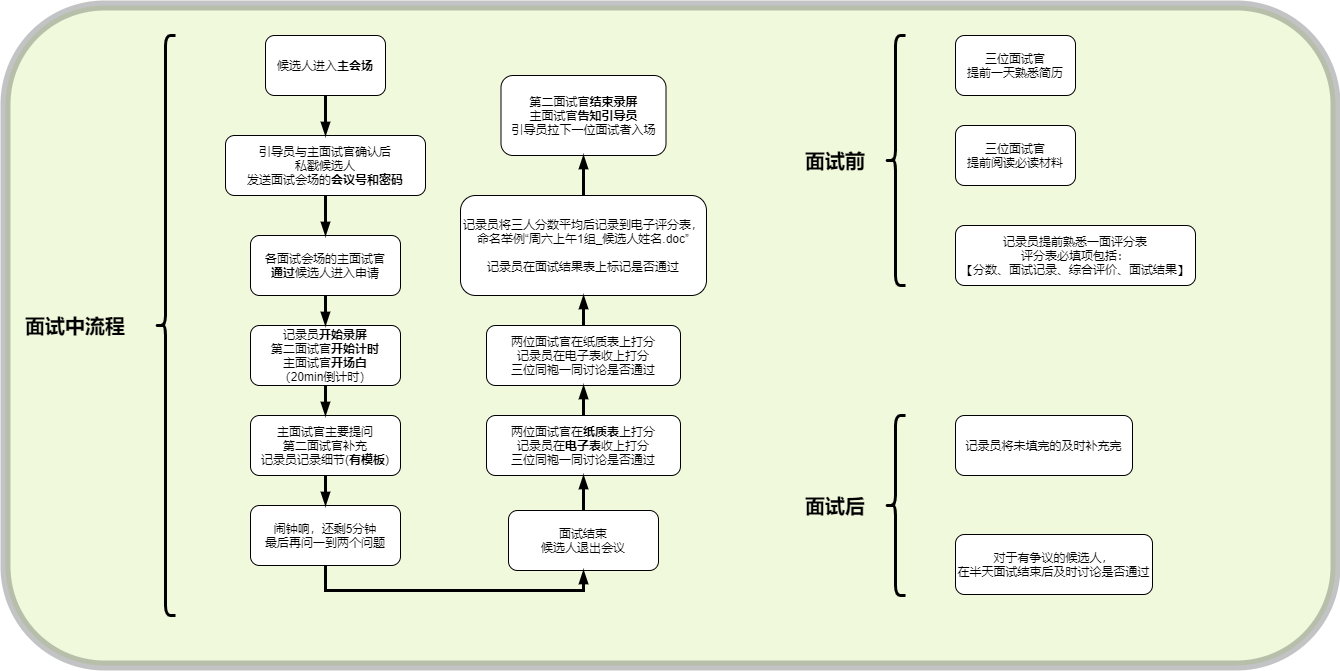
AAAAAAAyq/Personal-Studying keeps this draw.io diagram as 2021芝兰一面面试官须知.drawio.png. Above is the earlier version. Source tidied: cells renumbered, new cells last; positions are measured from the earlier drawing's top-left corner, leaving out a move shared by most shapes. The source it was exported from:
```xml
<mxGraphModel>
  <root>
    <mxCell id="0" />
    <mxCell id="1" parent="0" />
    <mxCell id="2" style="group;" parent="1" vertex="1">
      <mxGeometry width="1330" height="660" as="geometry" />
    </mxCell>
    <mxCell id="3" style="rounded=1;whiteSpace=wrap;html=1;fontSize=20;strokeWidth=10;align=left;fillColor=#cdeb8b;strokeColor=#36393d;opacity=30;" parent="2" vertex="1">
      <mxGeometry width="1330" height="660" as="geometry" />
    </mxCell>
    <mxCell id="4" value="候选人进入&lt;b&gt;主会场&lt;/b&gt;" style="rounded=1;whiteSpace=wrap;html=1;spacing=2;" parent="2" vertex="1">
      <mxGeometry x="260" y="30" width="120" height="60" as="geometry" />
    </mxCell>
    <mxCell id="5" value="引导员与主面试官确认后&lt;br&gt;私戳候选人&lt;br&gt;发送面试会场的&lt;b&gt;会议号和密码&lt;/b&gt;" style="rounded=1;whiteSpace=wrap;html=1;" parent="2" vertex="1">
      <mxGeometry x="220" y="130" width="200" height="60" as="geometry" />
    </mxCell>
    <mxCell id="6" style="edgeStyle=orthogonalEdgeStyle;rounded=0;jettySize=auto;html=1;exitX=0.5;exitY=1;exitDx=0;exitDy=0;entryX=0.5;entryY=0;entryDx=0;entryDy=0;fontSize=20;endArrow=blockThin;endFill=1;strokeWidth=3;" parent="2" edge="1" source="4" target="5">
      <mxGeometry relative="1" as="geometry" />
    </mxCell>
    <mxCell id="7" value="各面试会场的主面试官&lt;br&gt;&lt;b&gt;通过&lt;/b&gt;候选人进入申请" style="rounded=1;whiteSpace=wrap;html=1;" parent="2" vertex="1">
      <mxGeometry x="245" y="230" width="150" height="60" as="geometry" />
    </mxCell>
    <mxCell id="8" style="edgeStyle=orthogonalEdgeStyle;rounded=0;jettySize=auto;html=1;fontSize=20;endArrow=blockThin;endFill=1;strokeWidth=3;" parent="2" edge="1" source="5" target="7">
      <mxGeometry relative="1" as="geometry" />
    </mxCell>
    <mxCell id="9" value="记录员&lt;b&gt;开始录屏&lt;/b&gt;&lt;br&gt;第二面试官&lt;b&gt;开始计时&lt;br&gt;&lt;/b&gt;主面试官&lt;b&gt;开场白&lt;/b&gt;&lt;br&gt;（20min倒计时）" style="rounded=1;whiteSpace=wrap;html=1;" parent="2" vertex="1">
      <mxGeometry x="245" y="320" width="150" height="60" as="geometry" />
    </mxCell>
    <mxCell id="10" style="edgeStyle=orthogonalEdgeStyle;rounded=0;jettySize=auto;html=1;fontSize=20;endArrow=blockThin;endFill=1;strokeWidth=3;" parent="2" edge="1" source="7" target="9">
      <mxGeometry relative="1" as="geometry" />
    </mxCell>
    <mxCell id="11" value="主面试官主要提问&lt;br&gt;第二面试官补充&lt;br&gt;记录员记录细节(&lt;b&gt;有模板&lt;/b&gt;)" style="rounded=1;whiteSpace=wrap;html=1;" parent="2" vertex="1">
      <mxGeometry x="245" y="410" width="150" height="60" as="geometry" />
    </mxCell>
    <mxCell id="12" style="edgeStyle=orthogonalEdgeStyle;rounded=0;jettySize=auto;html=1;fontSize=20;endArrow=blockThin;endFill=1;strokeWidth=3;" parent="2" edge="1" source="9" target="11">
      <mxGeometry relative="1" as="geometry" />
    </mxCell>
    <mxCell id="13" value="闹钟响，还剩5分钟&lt;br&gt;最后再问一到两个问题" style="rounded=1;whiteSpace=wrap;html=1;" parent="2" vertex="1">
      <mxGeometry x="245" y="500" width="150" height="60" as="geometry" />
    </mxCell>
    <mxCell id="14" style="edgeStyle=orthogonalEdgeStyle;rounded=0;jettySize=auto;html=1;exitX=0.5;exitY=1;exitDx=0;exitDy=0;entryX=0.5;entryY=0;entryDx=0;entryDy=0;fontSize=20;endArrow=blockThin;endFill=1;strokeWidth=3;" parent="2" edge="1" source="11" target="13">
      <mxGeometry relative="1" as="geometry" />
    </mxCell>
    <mxCell id="15" value="面试结束&lt;br&gt;候选人退出会议" style="rounded=1;whiteSpace=wrap;html=1;" parent="2" vertex="1">
      <mxGeometry x="503" y="505" width="150" height="60" as="geometry" />
    </mxCell>
    <mxCell id="16" style="edgeStyle=orthogonalEdgeStyle;rounded=0;jettySize=auto;html=1;entryX=0.5;entryY=1;entryDx=0;entryDy=0;fontSize=20;endArrow=blockThin;endFill=1;strokeWidth=3;" parent="2" edge="1" source="13" target="15">
      <mxGeometry relative="1" as="geometry">
        <Array as="points">
          <mxPoint x="320" y="585" />
          <mxPoint x="578" y="585" />
        </Array>
      </mxGeometry>
    </mxCell>
    <mxCell id="17" value="两位面试官在&lt;b&gt;纸质表&lt;/b&gt;上打分&lt;br&gt;记录员在&lt;b&gt;电子表&lt;/b&gt;收上打分&lt;br&gt;三位同袍一同讨论是否通过" style="rounded=1;whiteSpace=wrap;html=1;" parent="2" vertex="1">
      <mxGeometry x="481" y="410" width="194" height="60" as="geometry" />
    </mxCell>
    <mxCell id="18" style="edgeStyle=orthogonalEdgeStyle;rounded=0;jettySize=auto;html=1;entryX=0.5;entryY=1;entryDx=0;entryDy=0;fontSize=20;endArrow=blockThin;endFill=1;strokeWidth=3;" parent="2" edge="1" source="15" target="17">
      <mxGeometry relative="1" as="geometry" />
    </mxCell>
    <mxCell id="19" value="两位面试官在纸质表上打分&lt;br&gt;记录员在电子表收上打分&lt;br&gt;三位同袍一同讨论是否通过" style="rounded=1;whiteSpace=wrap;html=1;" parent="2" vertex="1">
      <mxGeometry x="481" y="320" width="194" height="60" as="geometry" />
    </mxCell>
    <mxCell id="20" style="edgeStyle=orthogonalEdgeStyle;rounded=0;jettySize=auto;html=1;fontSize=20;endArrow=blockThin;endFill=1;strokeWidth=3;" parent="2" edge="1" source="17" target="19">
      <mxGeometry relative="1" as="geometry" />
    </mxCell>
    <mxCell id="21" value="记录员将三人分数平均后记录到电子评分表，命名举例“周六上午1组_候选人姓名.doc”&lt;br&gt;&lt;br&gt;记录员在面试结果表上标记是否通过" style="rounded=1;whiteSpace=wrap;html=1;" parent="2" vertex="1">
      <mxGeometry x="455" y="190" width="246" height="100" as="geometry" />
    </mxCell>
    <mxCell id="22" style="edgeStyle=orthogonalEdgeStyle;rounded=0;jettySize=auto;html=1;fontSize=20;endArrow=blockThin;endFill=1;strokeWidth=3;" parent="2" edge="1" source="19" target="21">
      <mxGeometry relative="1" as="geometry" />
    </mxCell>
    <mxCell id="23" value="第二面试官&lt;b&gt;结束录屏&lt;/b&gt;&lt;br&gt;主面试官&lt;b&gt;告知引导员&lt;/b&gt;&lt;br&gt;引导员拉下一位面试者入场" style="rounded=1;whiteSpace=wrap;html=1;" parent="2" vertex="1">
      <mxGeometry x="495.5" y="70" width="165" height="80" as="geometry" />
    </mxCell>
    <mxCell id="24" style="edgeStyle=orthogonalEdgeStyle;rounded=0;jettySize=auto;html=1;exitX=0.5;exitY=0;exitDx=0;exitDy=0;entryX=0.5;entryY=1;entryDx=0;entryDy=0;fontSize=20;endArrow=blockThin;endFill=1;strokeWidth=3;" parent="2" edge="1" source="21" target="23">
      <mxGeometry relative="1" as="geometry" />
    </mxCell>
    <mxCell id="25" style="shape=curlyBracket;whiteSpace=wrap;html=1;rounded=1;fontStyle=1;fontSize=20;strokeWidth=3;" parent="2" vertex="1">
      <mxGeometry x="150" y="30" width="20" height="580" as="geometry" />
    </mxCell>
    <mxCell id="26" value="&lt;b&gt;面试中流程&lt;/b&gt;" style="text;html=1;strokeColor=none;fillColor=none;align=center;verticalAlign=middle;whiteSpace=wrap;rounded=0;fontSize=20;" parent="2" vertex="1">
      <mxGeometry x="10" y="305" width="120" height="30" as="geometry" />
    </mxCell>
    <mxCell id="27" value="三位面试官&lt;br&gt;提前一天熟悉简历" style="rounded=1;whiteSpace=wrap;html=1;spacing=2;" parent="2" vertex="1">
      <mxGeometry x="950" y="30" width="120" height="60" as="geometry" />
    </mxCell>
    <mxCell id="28" value="三位面试官&lt;br&gt;提前阅读必读材料" style="rounded=1;whiteSpace=wrap;html=1;spacing=2;" parent="2" vertex="1">
      <mxGeometry x="950" y="120" width="120" height="60" as="geometry" />
    </mxCell>
    <mxCell id="29" value="记录员提前熟悉一面评分表&lt;br&gt;评分表必填项包括：&lt;br&gt;【分数、面试记录、综合评价、面试结果】" style="rounded=1;whiteSpace=wrap;html=1;spacing=2;" parent="2" vertex="1">
      <mxGeometry x="950" y="220" width="240" height="60" as="geometry" />
    </mxCell>
    <mxCell id="30" style="shape=curlyBracket;whiteSpace=wrap;html=1;rounded=1;fontSize=20;strokeWidth=3;align=left;" parent="2" vertex="1">
      <mxGeometry x="880" y="30" width="20" height="250" as="geometry" />
    </mxCell>
    <mxCell id="31" value="面试前" style="text;html=1;strokeColor=none;fillColor=none;align=center;verticalAlign=middle;whiteSpace=wrap;rounded=0;fontSize=20;fontStyle=1;" parent="2" vertex="1">
      <mxGeometry x="790" y="140" width="80" height="30" as="geometry" />
    </mxCell>
    <mxCell id="32" value="记录员将未填完的及时补充完" style="rounded=1;whiteSpace=wrap;html=1;spacing=2;" parent="2" vertex="1">
      <mxGeometry x="950" y="410" width="177" height="60" as="geometry" />
    </mxCell>
    <mxCell id="33" value="对于有争议的候选人，&lt;br&gt;在半天面试结束后及时讨论是否通过" style="rounded=1;whiteSpace=wrap;html=1;spacing=2;" parent="2" vertex="1">
      <mxGeometry x="950" y="529" width="197" height="60" as="geometry" />
    </mxCell>
    <mxCell id="34" style="shape=curlyBracket;whiteSpace=wrap;html=1;rounded=1;fontSize=20;strokeWidth=3;align=left;" parent="2" vertex="1">
      <mxGeometry x="880" y="410" width="20" height="180" as="geometry" />
    </mxCell>
    <mxCell id="35" value="面试后" style="text;html=1;strokeColor=none;fillColor=none;align=center;verticalAlign=middle;whiteSpace=wrap;rounded=0;fontSize=20;fontStyle=1;" parent="2" vertex="1">
      <mxGeometry x="790" y="485" width="80" height="30" as="geometry" />
    </mxCell>
  </root>
</mxGraphModel>
```
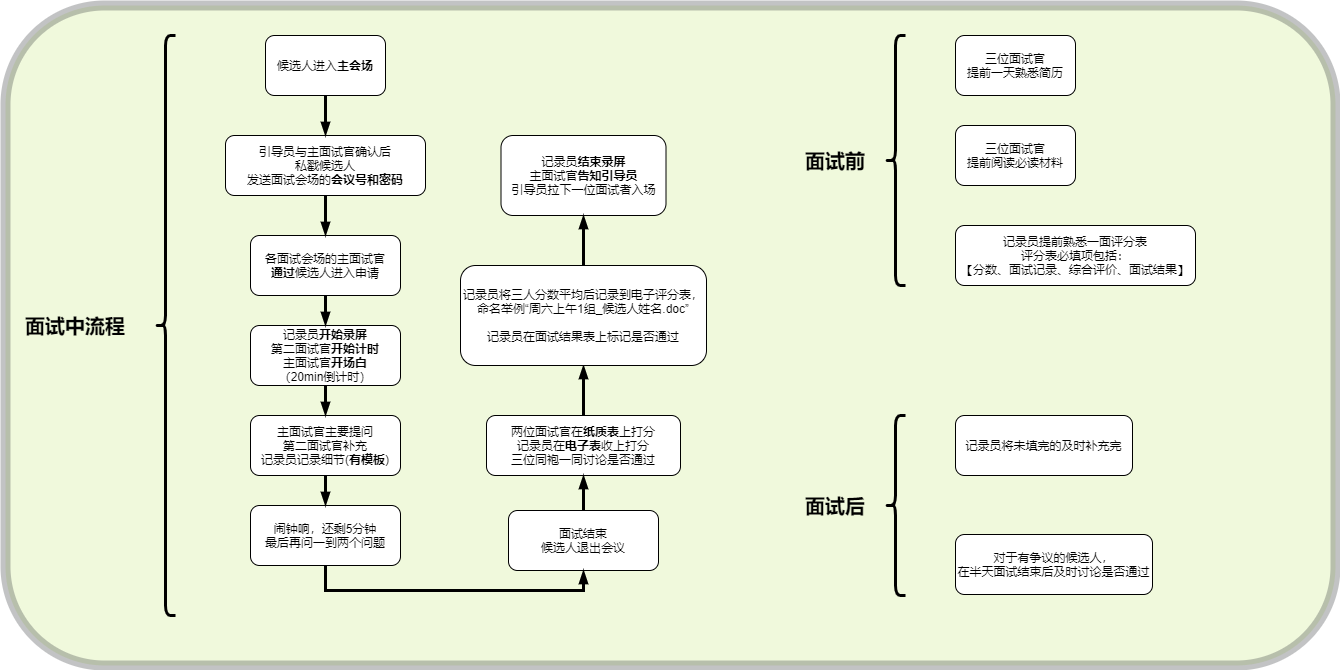
Later version of the same file.

Commit message:
Update 2021芝兰一面面试官须知.drawio.png

The edit, as a diff of the source:
```diff
@@ -58,20 +58,14 @@
     <mxCell id="18" style="edgeStyle=orthogonalEdgeStyle;rounded=0;jettySize=auto;html=1;entryX=0.5;entryY=1;entryDx=0;entryDy=0;fontSize=20;endArrow=blockThin;endFill=1;strokeWidth=3;" parent="2" edge="1" source="15" target="17">
       <mxGeometry relative="1" as="geometry" />
     </mxCell>
-    <mxCell id="19" value="两位面试官在纸质表上打分&lt;br&gt;记录员在电子表收上打分&lt;br&gt;三位同袍一同讨论是否通过" style="rounded=1;whiteSpace=wrap;html=1;" parent="2" vertex="1">
-      <mxGeometry x="481" y="320" width="194" height="60" as="geometry" />
-    </mxCell>
-    <mxCell id="20" style="edgeStyle=orthogonalEdgeStyle;rounded=0;jettySize=auto;html=1;fontSize=20;endArrow=blockThin;endFill=1;strokeWidth=3;" parent="2" edge="1" source="17" target="19">
+    <mxCell id="20" style="edgeStyle=orthogonalEdgeStyle;rounded=0;jettySize=auto;html=1;fontSize=20;endArrow=blockThin;endFill=1;strokeWidth=3;" parent="2" edge="1" source="17" target="21">
       <mxGeometry relative="1" as="geometry" />
     </mxCell>
     <mxCell id="21" value="记录员将三人分数平均后记录到电子评分表，命名举例“周六上午1组_候选人姓名.doc”&lt;br&gt;&lt;br&gt;记录员在面试结果表上标记是否通过" style="rounded=1;whiteSpace=wrap;html=1;" parent="2" vertex="1">
-      <mxGeometry x="455" y="190" width="246" height="100" as="geometry" />
+      <mxGeometry x="455" y="260" width="246" height="100" as="geometry" />
     </mxCell>
-    <mxCell id="22" style="edgeStyle=orthogonalEdgeStyle;rounded=0;jettySize=auto;html=1;fontSize=20;endArrow=blockThin;endFill=1;strokeWidth=3;" parent="2" edge="1" source="19" target="21">
-      <mxGeometry relative="1" as="geometry" />
-    </mxCell>
-    <mxCell id="23" value="第二面试官&lt;b&gt;结束录屏&lt;/b&gt;&lt;br&gt;主面试官&lt;b&gt;告知引导员&lt;/b&gt;&lt;br&gt;引导员拉下一位面试者入场" style="rounded=1;whiteSpace=wrap;html=1;" parent="2" vertex="1">
-      <mxGeometry x="495.5" y="70" width="165" height="80" as="geometry" />
+    <mxCell id="23" value="记录员&lt;b&gt;结束录屏&lt;/b&gt;&lt;br&gt;主面试官&lt;b&gt;告知引导员&lt;/b&gt;&lt;br&gt;引导员拉下一位面试者入场" style="rounded=1;whiteSpace=wrap;html=1;" parent="2" vertex="1">
+      <mxGeometry x="495.5" y="130" width="165" height="80" as="geometry" />
     </mxCell>
     <mxCell id="24" style="edgeStyle=orthogonalEdgeStyle;rounded=0;jettySize=auto;html=1;exitX=0.5;exitY=0;exitDx=0;exitDy=0;entryX=0.5;entryY=1;entryDx=0;entryDy=0;fontSize=20;endArrow=blockThin;endFill=1;strokeWidth=3;" parent="2" edge="1" source="21" target="23">
       <mxGeometry relative="1" as="geometry" />
```
